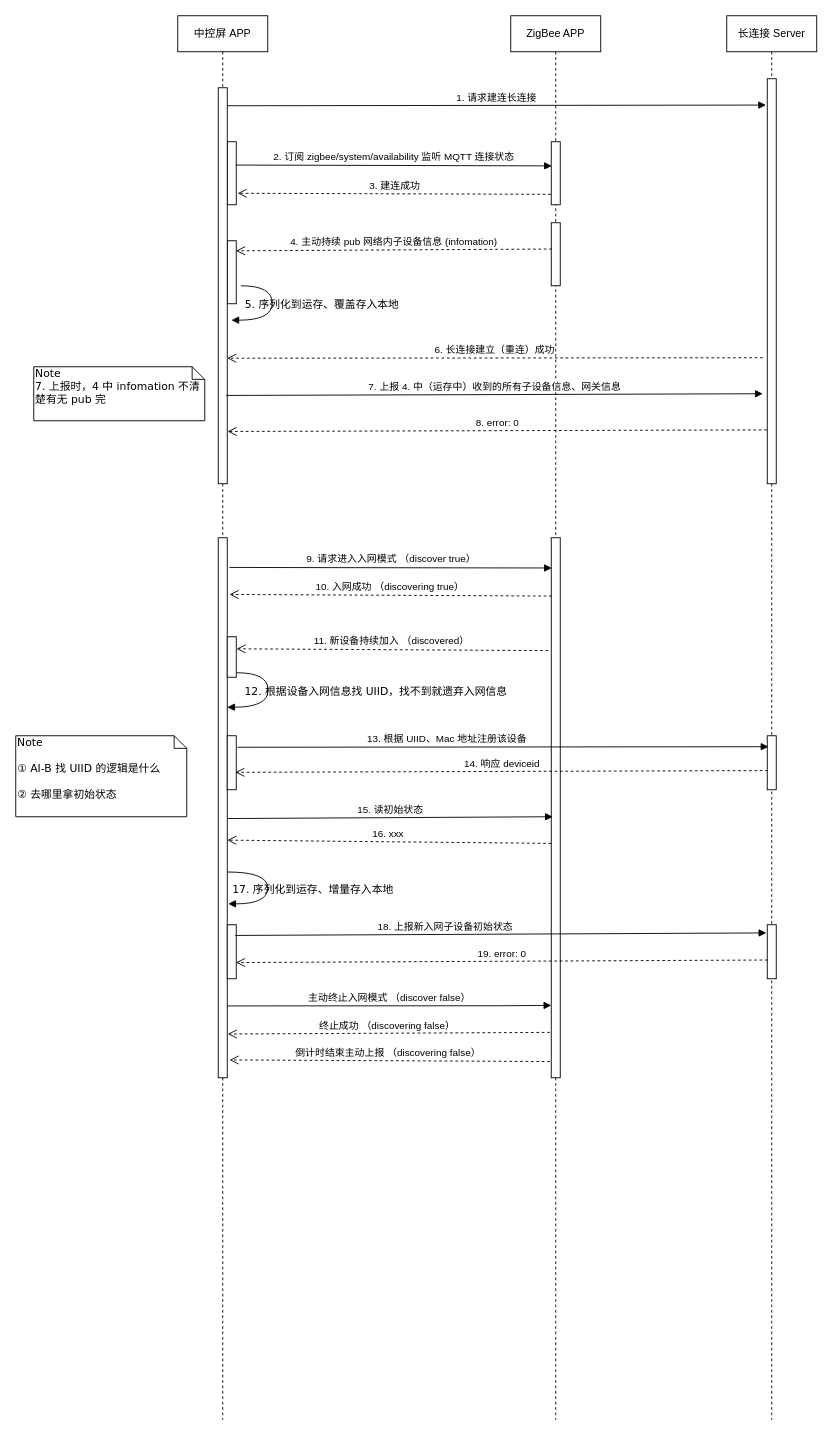
The draw.io diagram ZigBee 方案时序.drawio in FE-Sadhu/diagram, before the edit. Source tidied: cells renumbered, new cells numbered last; positions are measured from the earlier drawing's top-left corner, leaving out a move shared by most shapes. Both pictures are drawn from the tidied source at 90%, with x=0, y=0 at pixel (15, 15).
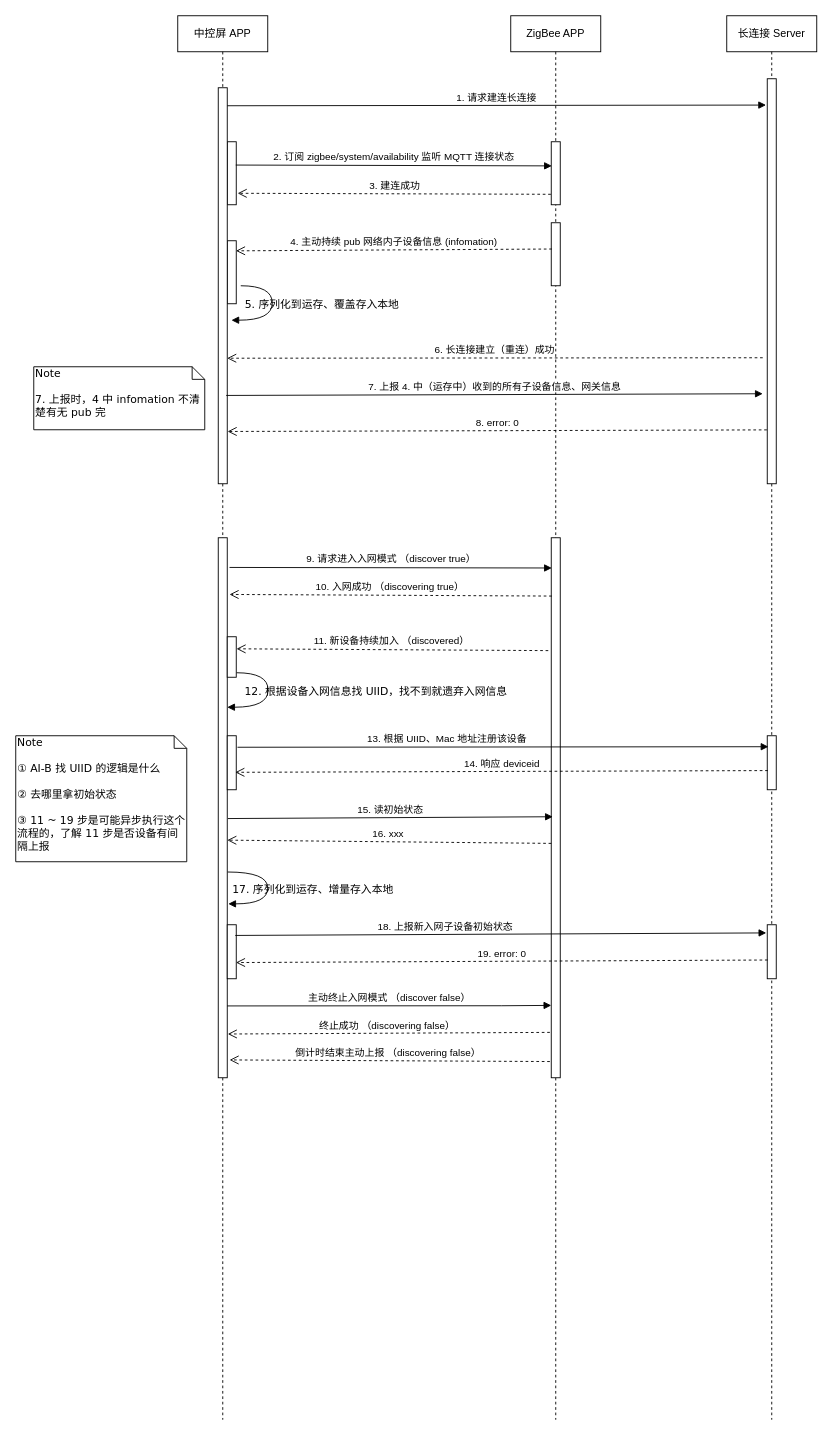
The same diagram, later.

Change to the diagram source:
```diff
@@
-    <mxCell id="26" value="Note&lt;br&gt;7. 上报时，4 中 infomation 不清楚有无 pub 完" style="shape=note;whiteSpace=wrap;html=1;size=14;verticalAlign=top;align=left;spacingTop=-6;rounded=0;shadow=0;comic=0;labelBackgroundColor=none;strokeWidth=1;fontFamily=Verdana;fontSize=12;" parent="1" vertex="1">
-      <mxGeometry x="20" y="390" width="190" height="60" as="geometry" />
+    <mxCell id="26" value="Note&lt;br&gt;&lt;br&gt;7. 上报时，4 中 infomation 不清楚有无 pub 完" style="shape=note;whiteSpace=wrap;html=1;size=14;verticalAlign=top;align=left;spacingTop=-6;rounded=0;shadow=0;comic=0;labelBackgroundColor=none;strokeWidth=1;fontFamily=Verdana;fontSize=12;" parent="1" vertex="1">
+      <mxGeometry x="20" y="390" width="190" height="70" as="geometry" />
     </mxCell>
@@
-    <mxCell id="34" value="Note&lt;br&gt;&lt;br&gt;① AI-B 找 UIID 的逻辑是什么&lt;br&gt;&lt;br&gt;② 去哪里拿初始状态" style="shape=note;whiteSpace=wrap;html=1;size=14;verticalAlign=top;align=left;spacingTop=-6;rounded=0;shadow=0;comic=0;labelBackgroundColor=none;strokeWidth=1;fontFamily=Verdana;fontSize=12;" parent="1" vertex="1">
-      <mxGeometry y="800" width="190" height="90" as="geometry" />
+    <mxCell id="34" value="Note&lt;br&gt;&lt;br&gt;① AI-B 找 UIID 的逻辑是什么&lt;br&gt;&lt;br&gt;② 去哪里拿初始状态&lt;br&gt;&lt;br&gt;③ 11 ~ 19 步是可能异步执行这个流程的，了解 11 步是否设备有间隔上报" style="shape=note;whiteSpace=wrap;html=1;size=14;verticalAlign=top;align=left;spacingTop=-6;rounded=0;shadow=0;comic=0;labelBackgroundColor=none;strokeWidth=1;fontFamily=Verdana;fontSize=12;" parent="1" vertex="1">
+      <mxGeometry y="800" width="190" height="140" as="geometry" />
     </mxCell>
```
